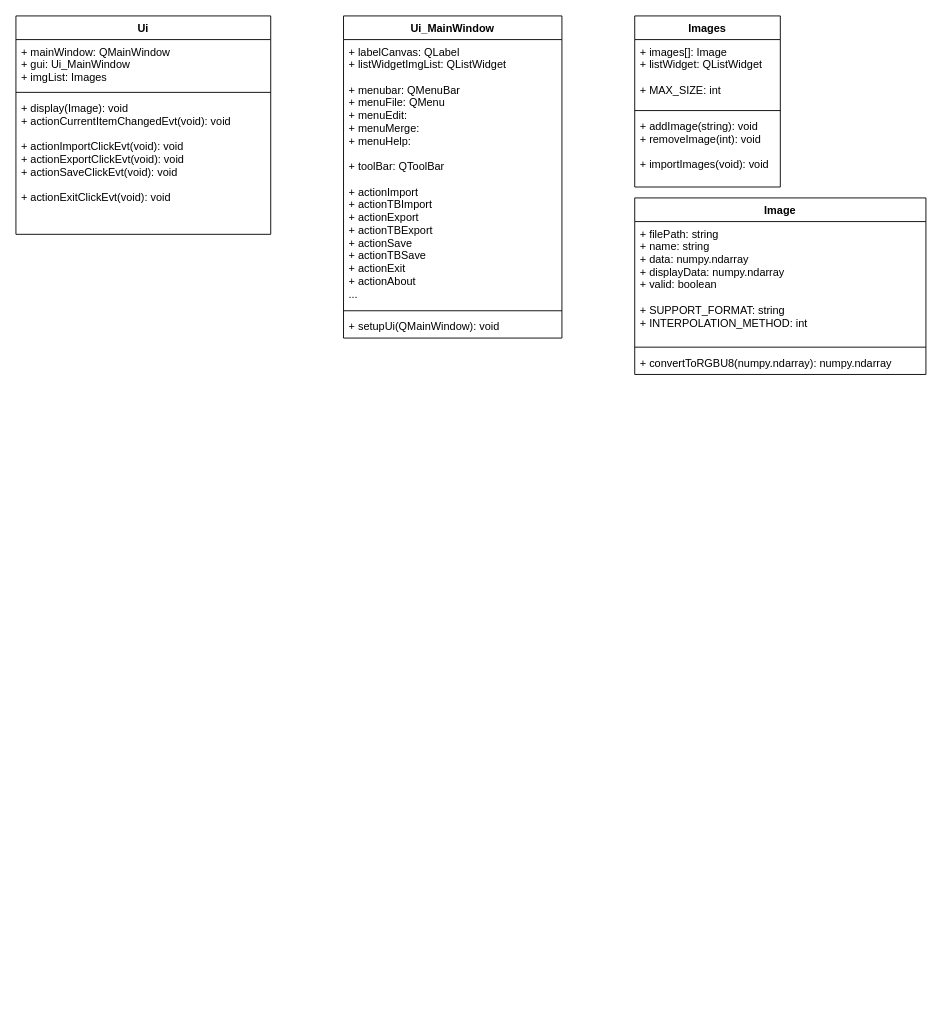
Above: docs/design/classes.drawio in AR0EN/img-pro (draw.io), before the change. Source tidied: cells renumbered, new cells numbered last; positions are measured from the earlier drawing's top-left corner, leaving out a move shared by most shapes. Both pictures are drawn from the tidied source at 91%, with x=0, y=0 at pixel (15, 15).
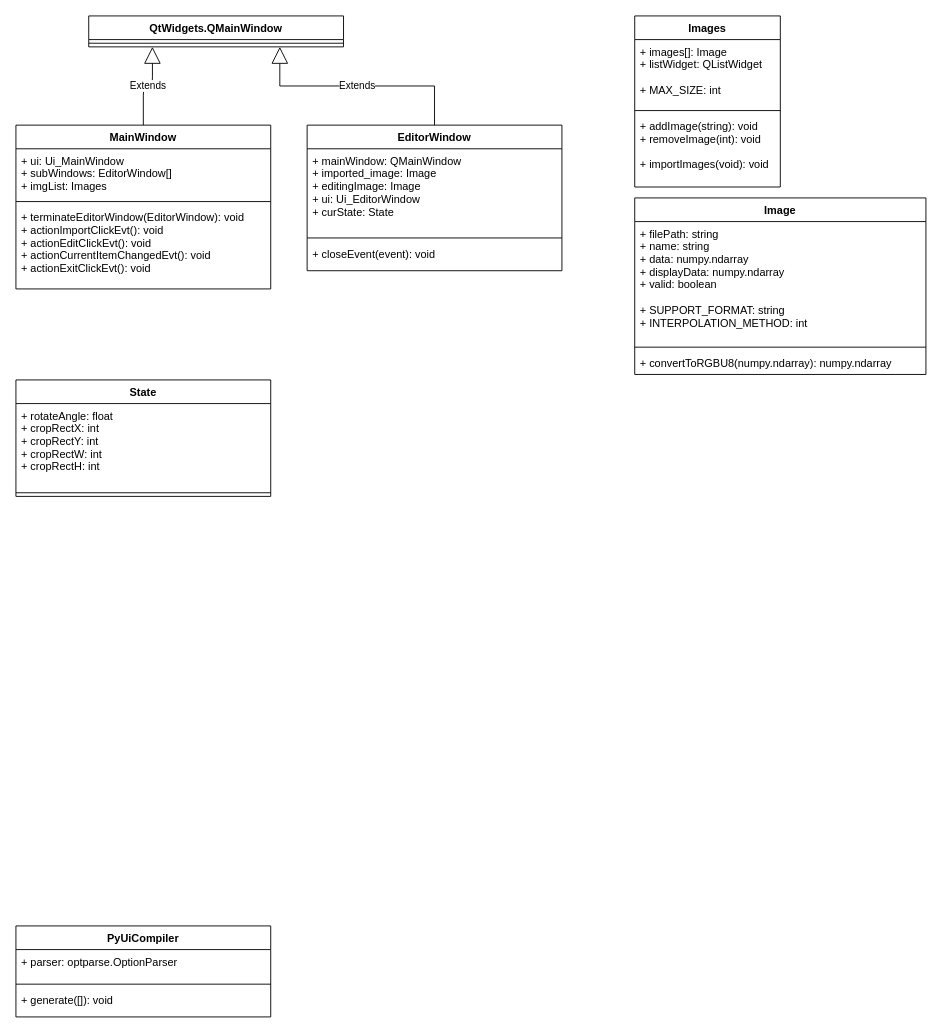
The same page after the edit.

What changed in the source:
```diff
@@
-    <mxCell id="2" value="Ui_MainWindow" style="swimlane;fontStyle=1;align=center;verticalAlign=top;horizontal=1;startSize=26;" parent="1" vertex="1">
-      <mxGeometry x="360" width="240" height="354" as="geometry" />
+    <mxCell id="2" value="MainWindow" style="swimlane;fontStyle=1;align=center;verticalAlign=top;horizontal=1;startSize=26;" parent="1" vertex="1">
+      <mxGeometry y="120" width="280" height="180" as="geometry" />
     </mxCell>
-    <mxCell id="3" value="+ labelCanvas: QLabel&#10;+ listWidgetImgList: QListWidget&#10;&#10;+ menubar: QMenuBar&#10;+ menuFile: QMenu&#10;+ menuEdit:&#10;+ menuMerge:&#10;+ menuHelp:&#10;&#10;+ toolBar: QToolBar&#10;&#10;+ actionImport&#10;+ actionTBImport&#10;+ actionExport&#10;+ actionTBExport&#10;+ actionSave&#10;+ actionTBSave&#10;+ actionExit&#10;+ actionAbout&#10;..." style="text;strokeColor=none;fillColor=none;align=left;verticalAlign=top;spacingLeft=4;spacingRight=4;overflow=hidden;" parent="2" vertex="1">
-      <mxGeometry y="26" width="240" height="294" as="geometry" />
+    <mxCell id="3" value="+ ui: Ui_MainWindow&#10;+ subWindows: EditorWindow[]&#10;+ imgList: Images&#10;" style="text;strokeColor=none;fillColor=none;align=left;verticalAlign=top;spacingLeft=4;spacingRight=4;overflow=hidden;" parent="2" vertex="1">
+      <mxGeometry y="26" width="280" height="54" as="geometry" />
     </mxCell>
     <mxCell id="4" style="line;strokeWidth=1;fillColor=none;align=left;verticalAlign=middle;spacingTop=-1;spacingLeft=3;spacingRight=3;labelPosition=right;" parent="2" vertex="1">
-      <mxGeometry y="320" width="240" height="8" as="geometry" />
+      <mxGeometry y="80" width="280" height="8" as="geometry" />
     </mxCell>
-    <mxCell id="5" value="+ setupUi(QMainWindow): void" style="text;strokeColor=none;fillColor=none;align=left;verticalAlign=top;spacingLeft=4;spacingRight=4;overflow=hidden;" parent="2" vertex="1">
-      <mxGeometry y="328" width="240" height="26" as="geometry" />
+    <mxCell id="5" value="+ terminateEditorWindow(EditorWindow): void&#10;+ actionImportClickEvt(): void&#10;+ actionEditClickEvt(): void&#10;+ actionCurrentItemChangedEvt(): void&#10;+ actionExitClickEvt(): void" style="text;strokeColor=none;fillColor=none;align=left;verticalAlign=top;spacingLeft=4;spacingRight=4;overflow=hidden;" parent="2" vertex="1">
+      <mxGeometry y="88" width="280" height="92" as="geometry" />
     </mxCell>
@@
-    <mxCell id="14" value="Ui" style="swimlane;fontStyle=1;align=center;verticalAlign=top;horizontal=1;startSize=26;" parent="1" vertex="1">
-      <mxGeometry width="280" height="240" as="geometry" />
-    </mxCell>
-    <mxCell id="15" value="+ mainWindow: QMainWindow&#10;+ gui: Ui_MainWindow&#10;+ imgList: Images" style="text;strokeColor=none;fillColor=none;align=left;verticalAlign=top;spacingLeft=4;spacingRight=4;overflow=hidden;" parent="14" vertex="1">
-      <mxGeometry y="26" width="280" height="54" as="geometry" />
-    </mxCell>
-    <mxCell id="16" style="line;strokeWidth=1;fillColor=none;align=left;verticalAlign=middle;spacingTop=-1;spacingLeft=3;spacingRight=3;labelPosition=right;" parent="14" vertex="1">
-      <mxGeometry y="80" width="280" height="8" as="geometry" />
-    </mxCell>
-    <mxCell id="17" value="+ display(Image): void&#10;+ actionCurrentItemChangedEvt(void): void&#10;&#10;+ actionImportClickEvt(void): void&#10;+ actionExportClickEvt(void): void&#10;+ actionSaveClickEvt(void): void&#10;&#10;+ actionExitClickEvt(void): void" style="text;strokeColor=none;fillColor=none;align=left;verticalAlign=top;spacingLeft=4;spacingRight=4;overflow=hidden;" parent="14" vertex="1">
-      <mxGeometry y="88" width="280" height="152" as="geometry" />
-    </mxCell>
+    <mxCell id="18" value="EditorWindow" style="swimlane;fontStyle=1;align=center;verticalAlign=top;horizontal=1;startSize=26;" parent="1" vertex="1">
+      <mxGeometry x="320" y="120" width="280" height="160" as="geometry" />
+    </mxCell>
+    <mxCell id="19" value="+ mainWindow: QMainWindow&#10;+ imported_image: Image&#10;+ editingImage: Image&#10;+ ui: Ui_EditorWindow&#10;+ curState: State" style="text;strokeColor=none;fillColor=none;align=left;verticalAlign=top;spacingLeft=4;spacingRight=4;overflow=hidden;" parent="18" vertex="1">
+      <mxGeometry y="26" width="280" height="94" as="geometry" />
+    </mxCell>
+    <mxCell id="20" style="line;strokeWidth=1;fillColor=none;align=left;verticalAlign=middle;spacingTop=-1;spacingLeft=3;spacingRight=3;labelPosition=right;" parent="18" vertex="1">
+      <mxGeometry y="120" width="280" height="8" as="geometry" />
+    </mxCell>
+    <mxCell id="21" value="+ closeEvent(event): void" style="text;strokeColor=none;fillColor=none;align=left;verticalAlign=top;spacingLeft=4;spacingRight=4;overflow=hidden;" parent="18" vertex="1">
+      <mxGeometry y="128" width="280" height="32" as="geometry" />
+    </mxCell>
+    <mxCell id="22" value="Extends" style="endArrow=block;endSize=16;endFill=0;html=1;exitX=0.5;exitY=0;exitDx=0;exitDy=0;entryX=0.75;entryY=1;entryDx=0;entryDy=0;edgeStyle=elbowEdgeStyle;elbow=vertical;rounded=0;" parent="1" edge="1" source="18" target="23">
+      <mxGeometry relative="1" as="geometry" />
+    </mxCell>
+    <mxCell id="23" value="QtWidgets.QMainWindow" style="swimlane;fontStyle=1;align=center;verticalAlign=top;horizontal=1;startSize=26;" parent="1" vertex="1">
+      <mxGeometry x="80" width="280" height="34" as="geometry" />
+    </mxCell>
+    <mxCell id="24" style="line;strokeWidth=1;fillColor=none;align=left;verticalAlign=middle;spacingTop=-1;spacingLeft=3;spacingRight=3;labelPosition=right;" parent="23" vertex="1">
+      <mxGeometry y="26" width="280" height="8" as="geometry" />
+    </mxCell>
+    <mxCell id="25" value="Extends" style="endArrow=block;endSize=16;endFill=0;html=1;entryX=0.25;entryY=1;entryDx=0;entryDy=0;exitX=0.5;exitY=0;exitDx=0;exitDy=0;edgeStyle=elbowEdgeStyle;elbow=vertical;" parent="1" edge="1" source="2" target="23">
+      <mxGeometry relative="1" as="geometry" />
+    </mxCell>
+    <mxCell id="26" value="State" style="swimlane;fontStyle=1;align=center;verticalAlign=top;horizontal=1;startSize=26;" parent="1" vertex="1">
+      <mxGeometry y="400" width="280" height="128" as="geometry" />
+    </mxCell>
+    <mxCell id="27" value="+ rotateAngle: float&#10;+ cropRectX: int&#10;+ cropRectY: int&#10;+ cropRectW: int&#10;+ cropRectH: int" style="text;strokeColor=none;fillColor=none;align=left;verticalAlign=top;spacingLeft=4;spacingRight=4;overflow=hidden;" parent="26" vertex="1">
+      <mxGeometry y="26" width="280" height="94" as="geometry" />
+    </mxCell>
+    <mxCell id="28" style="line;strokeWidth=1;fillColor=none;align=left;verticalAlign=middle;spacingTop=-1;spacingLeft=3;spacingRight=3;labelPosition=right;" parent="26" vertex="1">
+      <mxGeometry y="120" width="280" height="8" as="geometry" />
+    </mxCell>
+    <mxCell id="29" value="PyUiCompiler" style="swimlane;fontStyle=1;align=center;verticalAlign=top;horizontal=1;startSize=26;" parent="1" vertex="1">
+      <mxGeometry y="1000" width="280" height="100" as="geometry" />
+    </mxCell>
+    <mxCell id="30" value="+ parser: optparse.OptionParser" style="text;strokeColor=none;fillColor=none;align=left;verticalAlign=top;spacingLeft=4;spacingRight=4;overflow=hidden;" parent="29" vertex="1">
+      <mxGeometry y="26" width="280" height="34" as="geometry" />
+    </mxCell>
+    <mxCell id="31" style="line;strokeWidth=1;fillColor=none;align=left;verticalAlign=middle;spacingTop=-1;spacingLeft=3;spacingRight=3;labelPosition=right;" parent="29" vertex="1">
+      <mxGeometry y="60" width="280" height="8" as="geometry" />
+    </mxCell>
+    <mxCell id="32" value="+ generate([]): void" style="text;strokeColor=none;fillColor=none;align=left;verticalAlign=top;spacingLeft=4;spacingRight=4;overflow=hidden;" parent="29" vertex="1">
+      <mxGeometry y="68" width="280" height="32" as="geometry" />
+    </mxCell>
```
